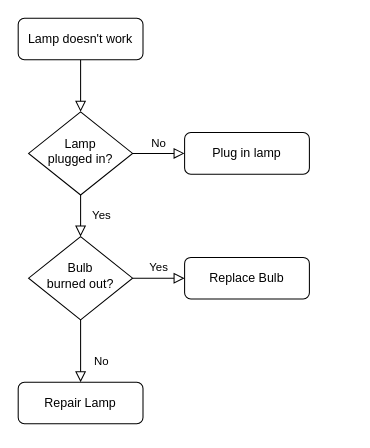
HyeeunKim07/school-lunch-allergy keeps this draw.io diagram as 제목 없는 다이어그램.drawio. Above is the earlier version. Source tidied: cells renumbered, new cells numbered last; positions are measured from the earlier drawing's top-left corner, leaving out a move shared by most shapes. Both pictures are drawn from the tidied source at 104%, with x=0, y=0 at pixel (18, 18).
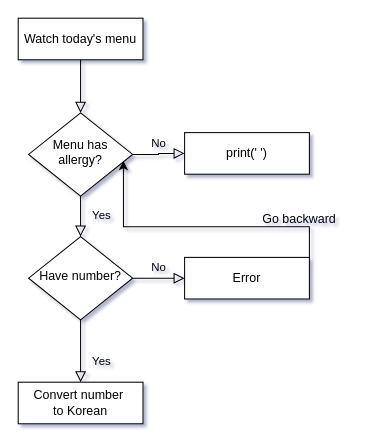
The same page after the edit.

Commit message:
제목 없는 다이어그램.drawio 업데이트

Change to the diagram source:
```diff
@@
-<mxGraphModel>
+<mxGraphModel shadow="1">
   <root>
     <mxCell id="0" />
     <mxCell id="1" parent="0" />
-    <mxCell id="2" style="rounded=0;html=1;jettySize=auto;fontSize=11;endArrow=block;endFill=0;endSize=8;strokeWidth=1;shadow=0;labelBackgroundColor=none;edgeStyle=orthogonalEdgeStyle;" parent="1" edge="1" source="3" target="6">
+    <mxCell id="2" style="rounded=0;html=1;jettySize=auto;fontSize=11;endArrow=block;endFill=0;endSize=8;strokeWidth=1;shadow=0;labelBackgroundColor=none;edgeStyle=orthogonalEdgeStyle;fontColor=default;" parent="1" edge="1" source="3" target="6">
       <mxGeometry relative="1" as="geometry" />
     </mxCell>
-    <mxCell id="3" value="Lamp doesn't work" style="rounded=1;whiteSpace=wrap;html=1;fontSize=12;glass=0;strokeWidth=1;shadow=0;" parent="1" vertex="1">
+    <mxCell id="3" value="Watch today's menu" style="rounded=0;whiteSpace=wrap;html=1;fontSize=12;glass=0;strokeWidth=1;shadow=0;labelBackgroundColor=none;" parent="1" vertex="1">
       <mxGeometry width="120" height="40" as="geometry" />
     </mxCell>
-    <mxCell id="4" value="Yes" style="rounded=0;html=1;jettySize=auto;fontSize=11;endArrow=block;endFill=0;endSize=8;strokeWidth=1;shadow=0;labelBackgroundColor=none;edgeStyle=orthogonalEdgeStyle;" parent="1" edge="1" source="6" target="10">
+    <mxCell id="4" value="Yes" style="rounded=0;html=1;jettySize=auto;fontSize=11;endArrow=block;endFill=0;endSize=8;strokeWidth=1;shadow=0;labelBackgroundColor=none;edgeStyle=orthogonalEdgeStyle;fontColor=default;" parent="1" edge="1" source="6" target="10">
       <mxGeometry y="20" relative="1" as="geometry" />
     </mxCell>
-    <mxCell id="5" value="No" style="edgeStyle=orthogonalEdgeStyle;rounded=0;html=1;jettySize=auto;fontSize=11;endArrow=block;endFill=0;endSize=8;strokeWidth=1;shadow=0;labelBackgroundColor=none;" parent="1" edge="1" source="6" target="7">
+    <mxCell id="5" value="No" style="edgeStyle=orthogonalEdgeStyle;rounded=0;html=1;jettySize=auto;fontSize=11;endArrow=block;endFill=0;endSize=8;strokeWidth=1;shadow=0;labelBackgroundColor=none;fontColor=default;" parent="1" edge="1" source="6" target="7">
       <mxGeometry y="10" relative="1" as="geometry" />
     </mxCell>
-    <mxCell id="6" value="Lamp&lt;br&gt;plugged in?" style="rhombus;whiteSpace=wrap;html=1;shadow=0;fontFamily=Helvetica;fontSize=12;align=center;strokeWidth=1;spacing=6;spacingTop=-4;" parent="1" vertex="1">
-      <mxGeometry x="10" y="90" width="100" height="80" as="geometry" />
+    <mxCell id="6" value="Menu has&lt;br&gt;allergy?" style="rhombus;whiteSpace=wrap;html=1;shadow=0;fontFamily=Helvetica;fontSize=12;align=center;strokeWidth=1;spacing=6;spacingTop=-4;rounded=0;labelBackgroundColor=none;" parent="1" vertex="1">
+      <mxGeometry x="10" y="91" width="100" height="80" as="geometry" />
     </mxCell>
-    <mxCell id="7" value="Plug in lamp" style="rounded=1;whiteSpace=wrap;html=1;fontSize=12;glass=0;strokeWidth=1;shadow=0;" parent="1" vertex="1">
+    <mxCell id="7" value="print(' ')" style="rounded=0;whiteSpace=wrap;html=1;fontSize=12;glass=0;strokeWidth=1;shadow=0;labelBackgroundColor=none;" parent="1" vertex="1">
       <mxGeometry x="160" y="110" width="120" height="40" as="geometry" />
     </mxCell>
-    <mxCell id="8" value="No" style="rounded=0;html=1;jettySize=auto;fontSize=11;endArrow=block;endFill=0;endSize=8;strokeWidth=1;shadow=0;labelBackgroundColor=none;edgeStyle=orthogonalEdgeStyle;" parent="1" edge="1" source="10" target="11">
+    <mxCell id="8" value="Yes" style="rounded=0;html=1;jettySize=auto;fontSize=11;endArrow=block;endFill=0;endSize=8;strokeWidth=1;shadow=0;labelBackgroundColor=none;edgeStyle=orthogonalEdgeStyle;fontColor=default;" parent="1" edge="1" source="10" target="11">
       <mxGeometry x="0.33" y="20" relative="1" as="geometry" />
     </mxCell>
-    <mxCell id="9" value="Yes" style="edgeStyle=orthogonalEdgeStyle;rounded=0;html=1;jettySize=auto;fontSize=11;endArrow=block;endFill=0;endSize=8;strokeWidth=1;shadow=0;labelBackgroundColor=none;" parent="1" edge="1" source="10" target="12">
+    <mxCell id="9" value="No" style="edgeStyle=orthogonalEdgeStyle;rounded=0;html=1;jettySize=auto;fontSize=11;endArrow=block;endFill=0;endSize=8;strokeWidth=1;shadow=0;labelBackgroundColor=none;fontColor=default;" parent="1" edge="1" source="10" target="12">
       <mxGeometry y="10" relative="1" as="geometry" />
     </mxCell>
-    <mxCell id="10" value="Bulb&lt;br&gt;burned out?" style="rhombus;whiteSpace=wrap;html=1;shadow=0;fontFamily=Helvetica;fontSize=12;align=center;strokeWidth=1;spacing=6;spacingTop=-4;" parent="1" vertex="1">
+    <mxCell id="10" value="Have number?" style="rhombus;whiteSpace=wrap;html=1;shadow=0;fontFamily=Helvetica;fontSize=12;align=center;strokeWidth=1;spacing=6;spacingTop=-4;rounded=0;labelBackgroundColor=none;" parent="1" vertex="1">
       <mxGeometry x="10" y="210" width="100" height="80" as="geometry" />
     </mxCell>
-    <mxCell id="11" value="Repair Lamp" style="rounded=1;whiteSpace=wrap;html=1;fontSize=12;glass=0;strokeWidth=1;shadow=0;" parent="1" vertex="1">
+    <mxCell id="11" value="Convert number&amp;nbsp;&lt;br&gt;to Korean" style="rounded=0;whiteSpace=wrap;html=1;fontSize=12;glass=0;strokeWidth=1;shadow=0;labelBackgroundColor=none;" parent="1" vertex="1">
       <mxGeometry y="350" width="120" height="40" as="geometry" />
     </mxCell>
-    <mxCell id="12" value="Replace Bulb" style="rounded=1;whiteSpace=wrap;html=1;fontSize=12;glass=0;strokeWidth=1;shadow=0;" parent="1" vertex="1">
+    <mxCell id="12" value="Error" style="rounded=0;whiteSpace=wrap;html=1;fontSize=12;glass=0;strokeWidth=1;shadow=0;labelBackgroundColor=none;" parent="1" vertex="1">
       <mxGeometry x="160" y="230" width="120" height="40" as="geometry" />
     </mxCell>
+    <mxCell id="13" style="edgeStyle=orthogonalEdgeStyle;rounded=0;jettySize=auto;html=1;exitX=1;exitY=0;exitDx=0;exitDy=0;entryX=0.912;entryY=0.577;entryDx=0;entryDy=0;entryPerimeter=0;labelBackgroundColor=none;fontColor=default;" parent="1" edge="1" source="12" target="6">
+      <mxGeometry relative="1" as="geometry" />
+    </mxCell>
+    <mxCell id="14" value="Go backward" style="text;html=1;align=center;verticalAlign=middle;strokeColor=none;fillColor=none;rounded=0;labelBackgroundColor=none;" parent="1" vertex="1">
+      <mxGeometry x="225" y="178" width="90" height="30" as="geometry" />
+    </mxCell>
   </root>
 </mxGraphModel>
```
